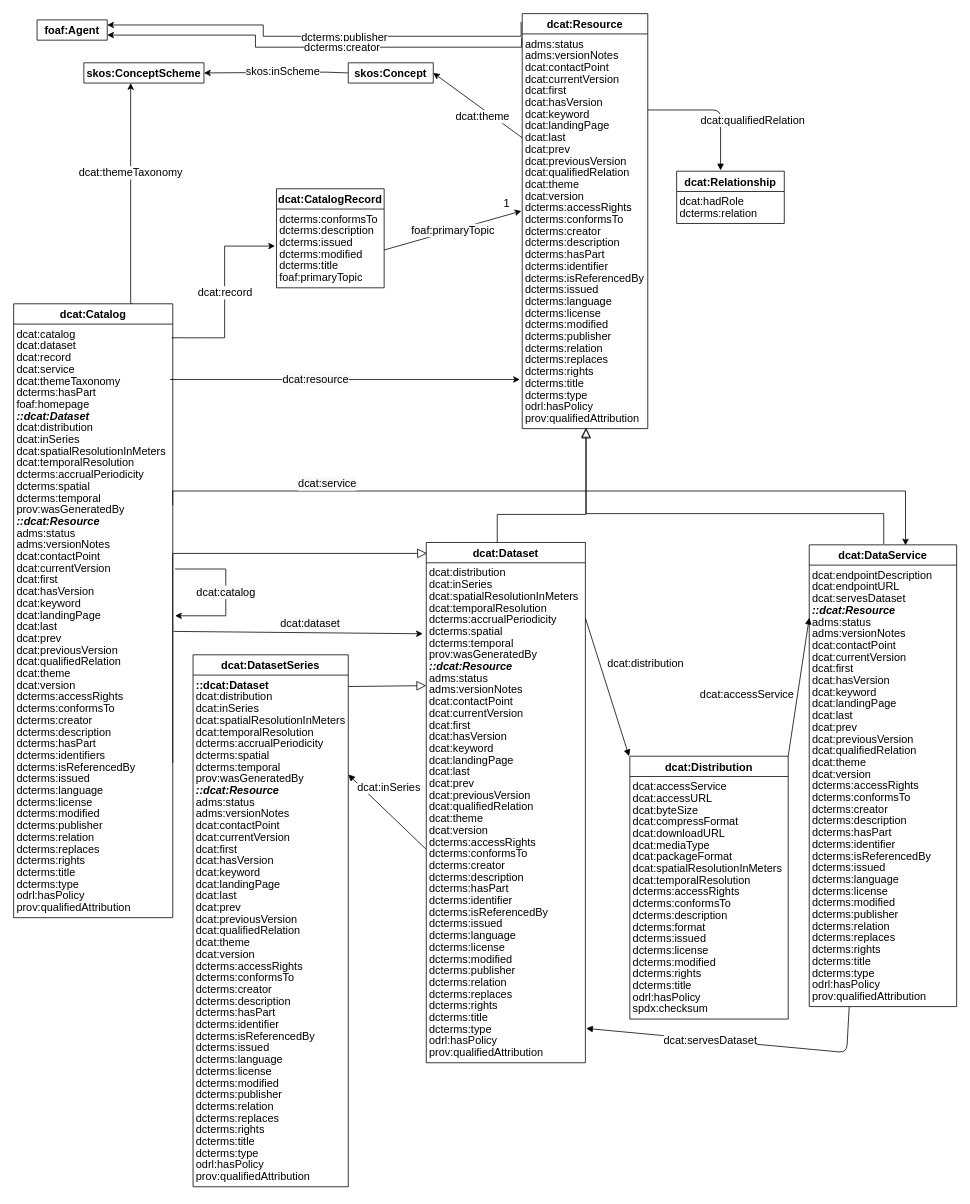
This is dcat/images/dcat-all-attributes.drawio from w3c/dxwg, a draw.io file, before an edit. Source tidied: cells renumbered, new cells numbered last; positions are measured from the earlier drawing's top-left corner, leaving out a move shared by most shapes. Both pictures are drawn from the tidied source at 78%, with x=0, y=0 at pixel (13, 13).
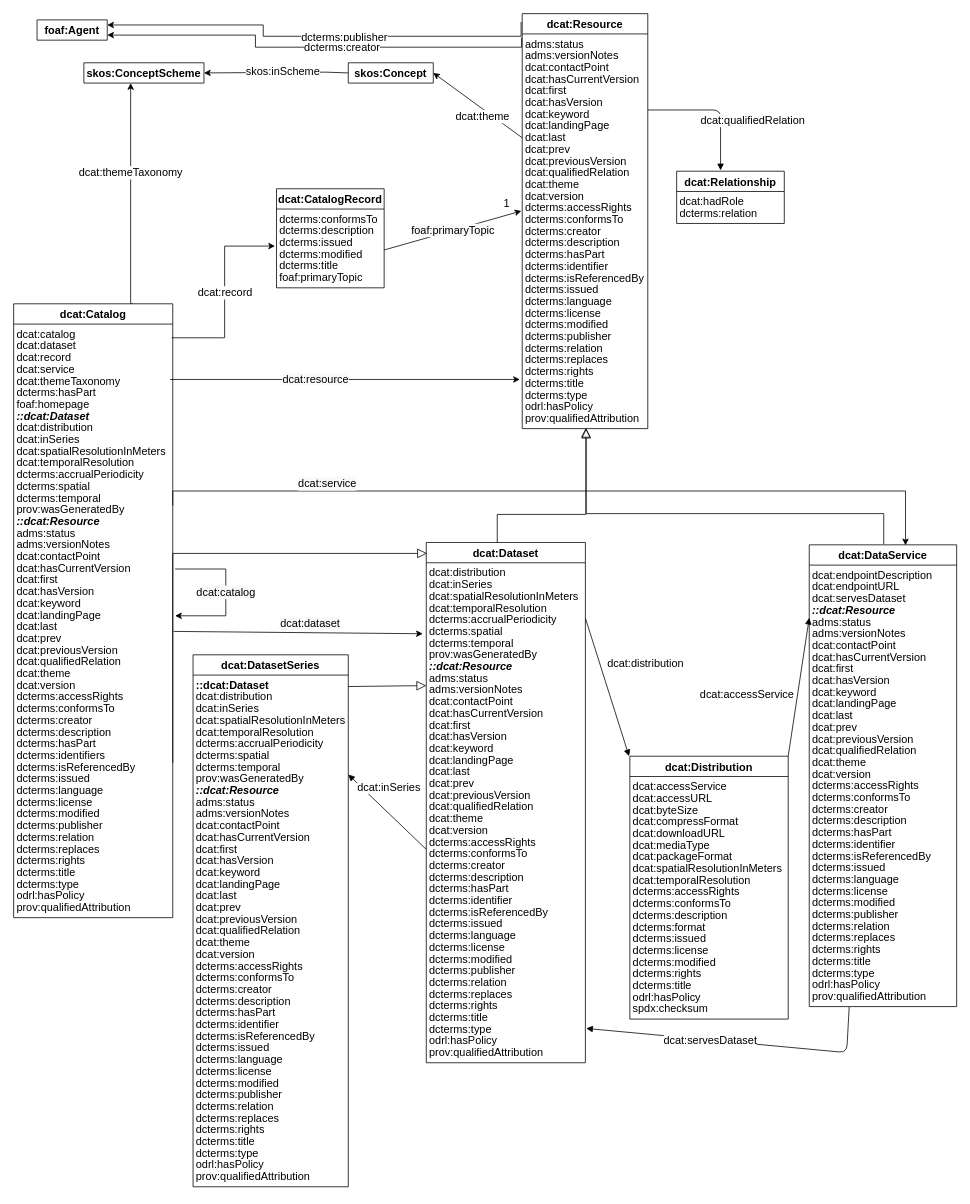
The same page after the edit.

Commit message (it also covers changes not shown here):
changed fig 1:  dcat:currentVersion --> dcat:hasCurrentVersion

Unchanged cells that the change refers to:
```xml
<mxCell id="4" value="dcat:Catalog" style="swimlane;fontStyle=1;horizontal=1;startSize=26;spacing=0;fontSize=14;" parent="1" vertex="1">
  <mxGeometry y="372" width="204" height="787" as="geometry" />
</mxCell>
<mxCell id="62" value="dcat:Resource" style="swimlane;fontStyle=1;horizontal=1;startSize=26;spacing=0;fontSize=14;" parent="1" vertex="1">
  <mxGeometry x="652" width="161" height="532" as="geometry" />
</mxCell>
<mxCell id="107" value="dcat:Dataset" style="swimlane;fontStyle=1;horizontal=1;startSize=26;spacing=0;fontSize=14;" parent="1" vertex="1">
  <mxGeometry x="529" y="678" width="204" height="667" as="geometry" />
</mxCell>
<mxCell id="150" value="dcat:DataService" style="swimlane;fontStyle=1;horizontal=1;startSize=26;spacing=0;fontSize=14;" parent="1" vertex="1">
  <mxGeometry x="1020" y="681" width="189" height="592" as="geometry" />
</mxCell>
<mxCell id="227" value="dcat:DatasetSeries" style="swimlane;fontStyle=1;horizontal=1;startSize=26;spacing=0;fontSize=14;" parent="1" vertex="1">
  <mxGeometry x="230" y="822" width="199" height="682" as="geometry" />
</mxCell>
```

What changed in the source:
```diff
@@
-    <mxCell id="25" value="dcat:currentVersion" style="text;strokeColor=none;fillColor=none;align=left;verticalAlign=top;spacingLeft=4;spacingRight=4;overflow=hidden;fontStyle=0;spacing=0;fontSize=14;" parent="4" vertex="1">
+    <mxCell id="25" value="dcat:hasCurrentVersion" style="text;strokeColor=none;fillColor=none;align=left;verticalAlign=top;spacingLeft=4;spacingRight=4;overflow=hidden;fontStyle=0;spacing=0;fontSize=14;" parent="4" vertex="1">
       <mxGeometry y="326" width="204" height="15" as="geometry" />
     </mxCell>
@@
-    <mxCell id="66" value="dcat:currentVersion" style="text;strokeColor=none;fillColor=none;align=left;verticalAlign=top;spacingLeft=4;spacingRight=4;overflow=hidden;spacing=0;fontSize=14;" parent="62" vertex="1">
+    <mxCell id="66" value="dcat:hasCurrentVersion" style="text;strokeColor=none;fillColor=none;align=left;verticalAlign=top;spacingLeft=4;spacingRight=4;overflow=hidden;spacing=0;fontSize=14;" parent="62" vertex="1">
       <mxGeometry y="71" width="161" height="15" as="geometry" />
     </mxCell>
@@
-    <mxCell id="120" value="dcat:currentVersion" style="text;strokeColor=none;fillColor=none;align=left;verticalAlign=top;spacingLeft=4;spacingRight=4;overflow=hidden;fontStyle=0;spacing=0;fontSize=14;" parent="107" vertex="1">
+    <mxCell id="120" value="dcat:hasCurrentVersion" style="text;strokeColor=none;fillColor=none;align=left;verticalAlign=top;spacingLeft=4;spacingRight=4;overflow=hidden;fontStyle=0;spacing=0;fontSize=14;" parent="107" vertex="1">
       <mxGeometry y="206" width="204" height="15" as="geometry" />
     </mxCell>
@@
-    <mxCell id="158" value="dcat:currentVersion" style="text;strokeColor=none;fillColor=none;align=left;verticalAlign=top;spacingLeft=4;spacingRight=4;overflow=hidden;fontStyle=0;spacing=0;fontSize=14;" parent="150" vertex="1">
+    <mxCell id="158" value="dcat:hasCurrentVersion" style="text;strokeColor=none;fillColor=none;align=left;verticalAlign=top;spacingLeft=4;spacingRight=4;overflow=hidden;fontStyle=0;spacing=0;fontSize=14;" parent="150" vertex="1">
       <mxGeometry y="131" width="189" height="15" as="geometry" />
     </mxCell>
@@
-    <mxCell id="241" value="dcat:currentVersion" style="text;strokeColor=none;fillColor=none;align=left;verticalAlign=top;spacingLeft=4;spacingRight=4;overflow=hidden;fontStyle=0;spacing=0;fontSize=14;" parent="227" vertex="1">
+    <mxCell id="241" value="dcat:hasCurrentVersion" style="text;strokeColor=none;fillColor=none;align=left;verticalAlign=top;spacingLeft=4;spacingRight=4;overflow=hidden;fontStyle=0;spacing=0;fontSize=14;" parent="227" vertex="1">
       <mxGeometry y="221" width="199" height="15" as="geometry" />
     </mxCell>
```
